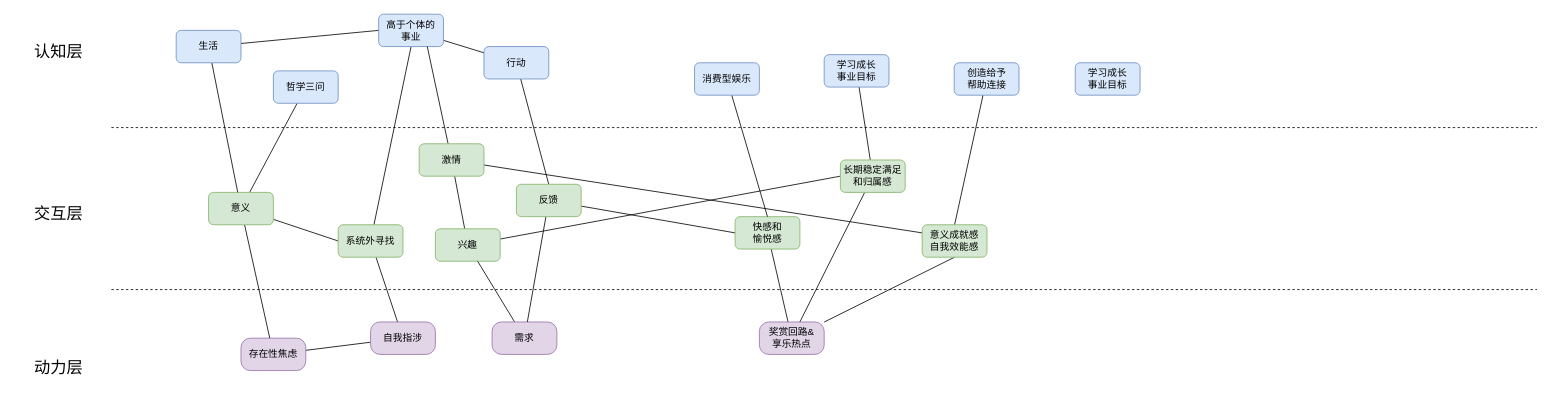
This is 积极创造-认知三层模型.drawio from youyusan/open_mind, a draw.io file, before an edit. Source tidied: cells renumbered, new cells numbered last; positions are measured from the earlier drawing's top-left corner, leaving out a move shared by most shapes. Both pictures are drawn from the tidied source at 81%, with x=0, y=0 at pixel (14, 14).
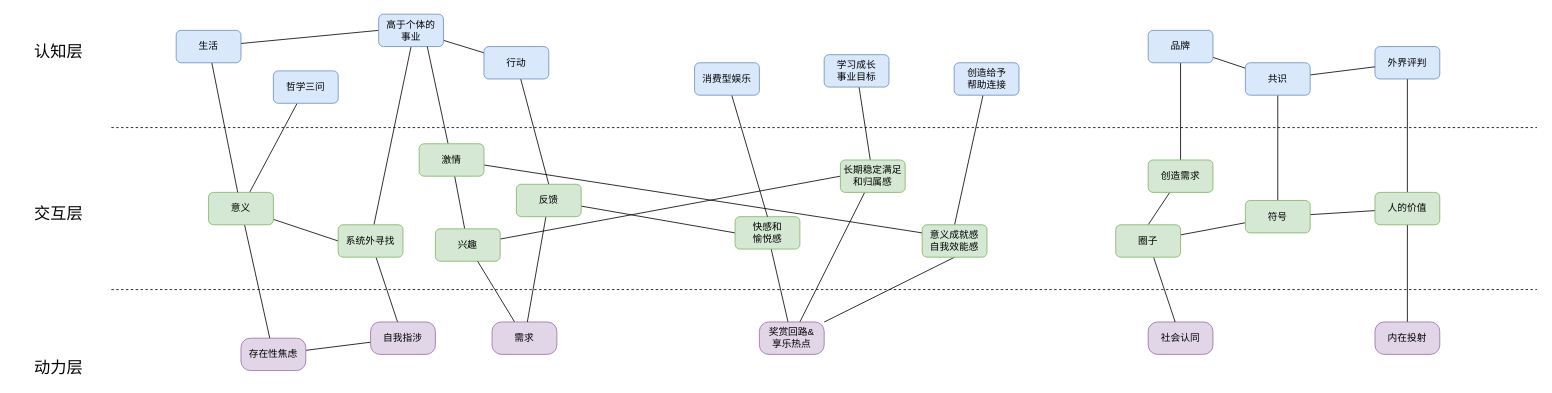
The same diagram, later.

Commit message (it also covers changes not shown here):
更新积极创造-认知三层模型.drawio

Diff of the diagram source:
```diff
@@
+    <mxCell id="50" style="edgeStyle=none;shape=connector;rounded=0;jettySize=auto;html=1;strokeColor=default;align=center;verticalAlign=middle;fontFamily=Helvetica;fontSize=11;fontColor=default;labelBackgroundColor=default;endArrow=none;endFill=0;" parent="1" edge="1" source="48" target="58">
+      <mxGeometry relative="1" as="geometry" />
+    </mxCell>
+    <mxCell id="51" style="edgeStyle=none;shape=connector;rounded=0;jettySize=auto;html=1;strokeColor=default;align=center;verticalAlign=middle;fontFamily=Helvetica;fontSize=11;fontColor=default;labelBackgroundColor=default;endArrow=none;endFill=0;" parent="1" edge="1" source="48" target="56">
+      <mxGeometry relative="1" as="geometry" />
+    </mxCell>
-    <mxCell id="48" value="学习成长&lt;br&gt;事业目标" style="rounded=1;whiteSpace=wrap;html=1;fillColor=#dae8fc;strokeColor=#6c8ebf;" parent="1" vertex="1">
-      <mxGeometry x="1310" y="60" width="80" height="40" as="geometry" />
+    <mxCell id="48" value="品牌" style="rounded=1;whiteSpace=wrap;html=1;fillColor=#dae8fc;strokeColor=#6c8ebf;" parent="1" vertex="1">
+      <mxGeometry x="1400" y="20" width="80" height="40" as="geometry" />
     </mxCell>
@@
+    <mxCell id="52" style="edgeStyle=none;shape=connector;rounded=0;jettySize=auto;html=1;strokeColor=default;align=center;verticalAlign=middle;fontFamily=Helvetica;fontSize=11;fontColor=default;labelBackgroundColor=default;endArrow=none;endFill=0;" parent="1" edge="1" source="53" target="66">
+      <mxGeometry relative="1" as="geometry" />
+    </mxCell>
+    <mxCell id="53" value="外界评判" style="rounded=1;whiteSpace=wrap;html=1;fillColor=#dae8fc;strokeColor=#6c8ebf;" parent="1" vertex="1">
+      <mxGeometry x="1680" y="40" width="80" height="40" as="geometry" />
+    </mxCell>
+    <mxCell id="54" style="edgeStyle=none;shape=connector;rounded=0;jettySize=auto;html=1;strokeColor=default;align=center;verticalAlign=middle;fontFamily=Helvetica;fontSize=11;fontColor=default;labelBackgroundColor=default;endArrow=none;endFill=0;" parent="1" edge="1" source="56" target="64">
+      <mxGeometry relative="1" as="geometry" />
+    </mxCell>
+    <mxCell id="55" style="edgeStyle=none;shape=connector;rounded=0;jettySize=auto;html=1;strokeColor=default;align=center;verticalAlign=middle;fontFamily=Helvetica;fontSize=11;fontColor=default;labelBackgroundColor=default;endArrow=none;endFill=0;" parent="1" edge="1" source="56" target="53">
+      <mxGeometry relative="1" as="geometry" />
+    </mxCell>
+    <mxCell id="56" value="共识" style="rounded=1;whiteSpace=wrap;html=1;fillColor=#dae8fc;strokeColor=#6c8ebf;" parent="1" vertex="1">
+      <mxGeometry x="1520" y="60" width="80" height="40" as="geometry" />
+    </mxCell>
+    <mxCell id="57" style="edgeStyle=none;shape=connector;rounded=0;jettySize=auto;html=1;entryX=0.5;entryY=0;entryDx=0;entryDy=0;strokeColor=default;align=center;verticalAlign=middle;fontFamily=Helvetica;fontSize=11;fontColor=default;labelBackgroundColor=default;endArrow=none;endFill=0;" parent="1" edge="1" source="58" target="62">
+      <mxGeometry relative="1" as="geometry" />
+    </mxCell>
+    <mxCell id="58" value="创造需求" style="rounded=1;whiteSpace=wrap;html=1;fillColor=#d5e8d4;strokeColor=#82b366;" parent="1" vertex="1">
+      <mxGeometry x="1400" y="180" width="80" height="40" as="geometry" />
+    </mxCell>
+    <mxCell id="59" value="社会认同" style="rounded=1;whiteSpace=wrap;html=1;fillColor=#e1d5e7;strokeColor=#9673a6;arcSize=29;" parent="1" vertex="1">
+      <mxGeometry x="1400" y="380" width="80" height="40" as="geometry" />
+    </mxCell>
+    <mxCell id="60" style="edgeStyle=none;shape=connector;rounded=0;jettySize=auto;html=1;strokeColor=default;align=center;verticalAlign=middle;fontFamily=Helvetica;fontSize=11;fontColor=default;labelBackgroundColor=default;endArrow=none;endFill=0;" parent="1" edge="1" source="62" target="59">
+      <mxGeometry relative="1" as="geometry" />
+    </mxCell>
+    <mxCell id="61" style="edgeStyle=none;shape=connector;rounded=0;jettySize=auto;html=1;strokeColor=default;align=center;verticalAlign=middle;fontFamily=Helvetica;fontSize=11;fontColor=default;labelBackgroundColor=default;endArrow=none;endFill=0;" parent="1" edge="1" source="62" target="64">
+      <mxGeometry relative="1" as="geometry" />
+    </mxCell>
+    <mxCell id="62" value="圈子" style="rounded=1;whiteSpace=wrap;html=1;fillColor=#d5e8d4;strokeColor=#82b366;" parent="1" vertex="1">
+      <mxGeometry x="1360" y="260" width="80" height="40" as="geometry" />
+    </mxCell>
+    <mxCell id="63" style="edgeStyle=none;shape=connector;rounded=0;jettySize=auto;html=1;strokeColor=default;align=center;verticalAlign=middle;fontFamily=Helvetica;fontSize=11;fontColor=default;labelBackgroundColor=default;endArrow=none;endFill=0;" parent="1" edge="1" source="64" target="66">
+      <mxGeometry relative="1" as="geometry" />
+    </mxCell>
+    <mxCell id="64" value="符号" style="rounded=1;whiteSpace=wrap;html=1;fillColor=#d5e8d4;strokeColor=#82b366;" parent="1" vertex="1">
+      <mxGeometry x="1520" y="230" width="80" height="40" as="geometry" />
+    </mxCell>
+    <mxCell id="65" style="edgeStyle=none;shape=connector;rounded=0;jettySize=auto;html=1;strokeColor=default;align=center;verticalAlign=middle;fontFamily=Helvetica;fontSize=11;fontColor=default;labelBackgroundColor=default;endArrow=none;endFill=0;" parent="1" edge="1" source="66" target="67">
+      <mxGeometry relative="1" as="geometry" />
+    </mxCell>
+    <mxCell id="66" value="人的价值" style="rounded=1;whiteSpace=wrap;html=1;fillColor=#d5e8d4;strokeColor=#82b366;" parent="1" vertex="1">
+      <mxGeometry x="1680" y="220" width="80" height="40" as="geometry" />
+    </mxCell>
+    <mxCell id="67" value="内在投射" style="rounded=1;whiteSpace=wrap;html=1;fillColor=#e1d5e7;strokeColor=#9673a6;arcSize=29;" parent="1" vertex="1">
+      <mxGeometry x="1680" y="380" width="80" height="40" as="geometry" />
+    </mxCell>
```
